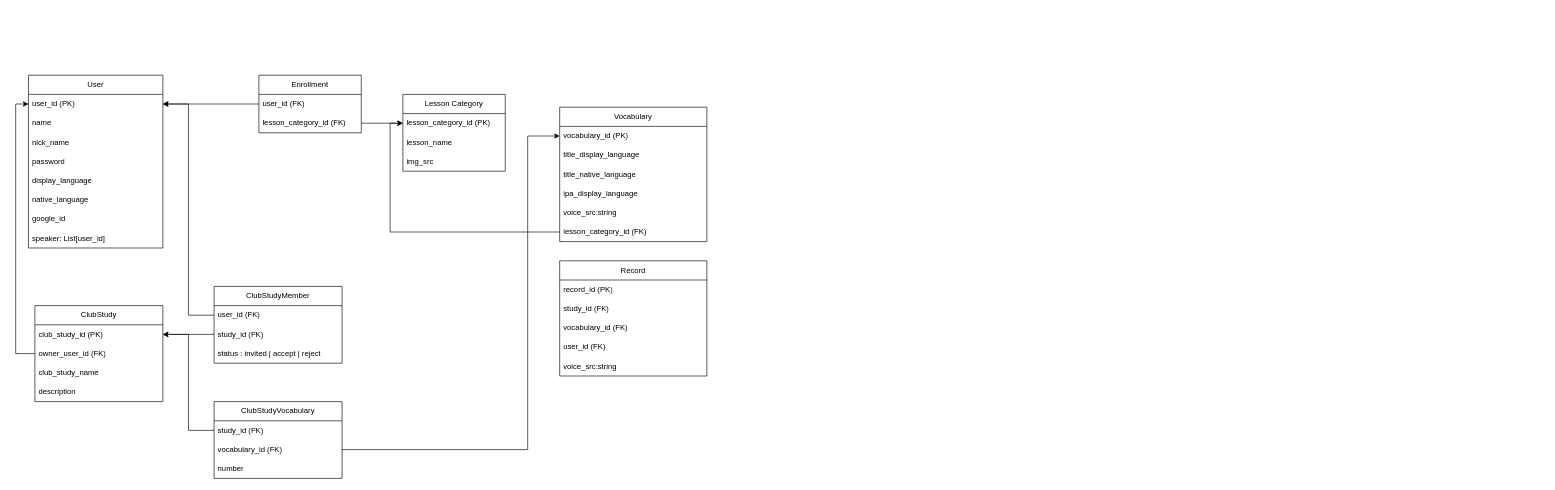
Above: docs/db-scheme.dio in dudaji-vn/my-english-accent-webapp (draw.io), before the change. Source tidied: cells renumbered, new cells numbered last; positions are measured from the earlier drawing's top-left corner, leaving out a move shared by most shapes. Both pictures are drawn from the tidied source at 64%, with x=0, y=0 at pixel (28, 75).
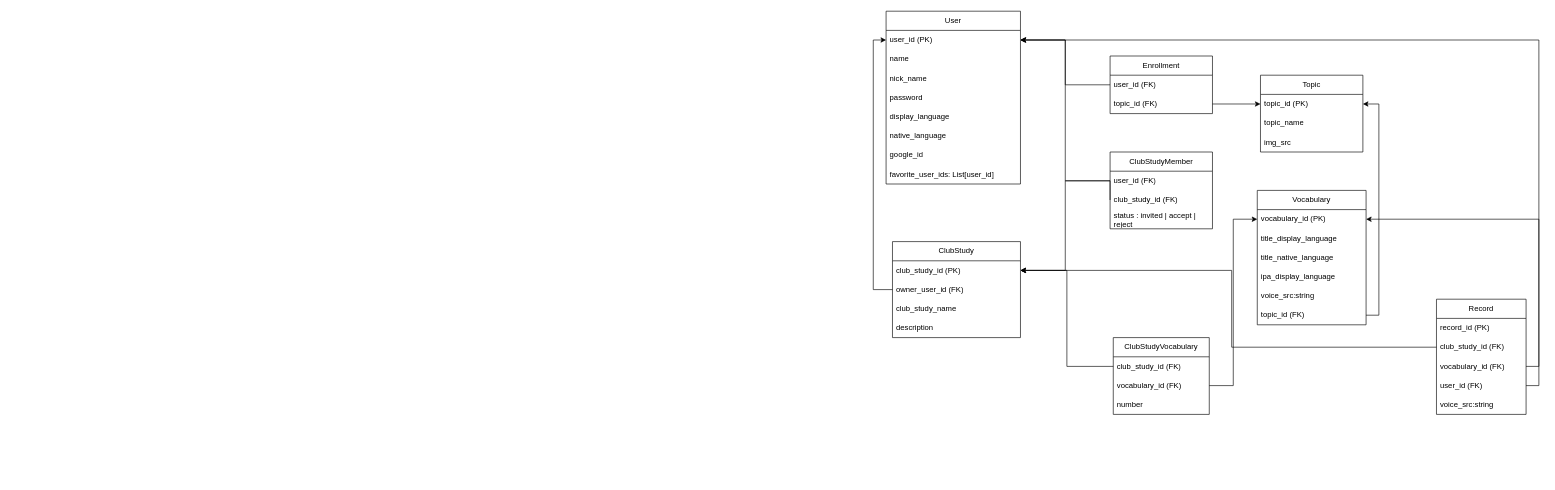
After the change.

Commit message:
Adjust table name, field name of db-scheme

Unchanged cells that the change refers to:
```xml
<mxCell id="3" value="user_id (PK)" style="text;strokeColor=none;fillColor=none;align=left;verticalAlign=middle;spacingLeft=4;spacingRight=4;overflow=hidden;points=[[0,0.5],[1,0.5]];portConstraint=eastwest;whiteSpace=wrap;html=1;fontStyle=0;" parent="2" vertex="1">
  <mxGeometry y="30" width="210" height="30" as="geometry" />
</mxCell>
<mxCell id="26" value="club_study_id&amp;nbsp;(PK)" style="text;strokeColor=none;fillColor=none;align=left;verticalAlign=middle;spacingLeft=4;spacingRight=4;overflow=hidden;points=[[0,0.5],[1,0.5]];portConstraint=eastwest;whiteSpace=wrap;html=1;" parent="25" vertex="1">
  <mxGeometry y="30" width="200" height="30" as="geometry" />
</mxCell>
```

What changed in the source:
```diff
@@
     <mxCell id="2" value="User&lt;br&gt;" style="swimlane;fontStyle=0;horizontal=1;startSize=30;whiteSpace=wrap;html=1;" parent="1" vertex="1">
-      <mxGeometry width="210" height="270" as="geometry" />
+      <mxGeometry x="1340" y="-100" width="210" height="270" as="geometry" />
     </mxCell>
@@
-    <mxCell id="10" value="speaker: List[user_id]" style="text;strokeColor=none;fillColor=none;align=left;verticalAlign=middle;spacingLeft=4;spacingRight=4;overflow=hidden;whiteSpace=wrap;html=1;" parent="2" vertex="1">
-      <mxGeometry y="240" width="210" height="30" as="geometry" />
-    </mxCell>
-    <mxCell id="11" value="Lesson Category" style="swimlane;fontStyle=0;horizontal=1;startSize=30;whiteSpace=wrap;html=1;" parent="1" vertex="1">
-      <mxGeometry x="585" y="30" width="160" height="120" as="geometry" />
-    </mxCell>
-    <mxCell id="12" value="lesson_category_id (PK)" style="text;strokeColor=none;fillColor=none;align=left;verticalAlign=middle;spacingLeft=4;spacingRight=4;overflow=hidden;points=[[0,0.5],[1,0.5]];portConstraint=eastwest;whiteSpace=wrap;html=1;" parent="11" vertex="1">
-      <mxGeometry y="30" width="160" height="30" as="geometry" />
-    </mxCell>
-    <mxCell id="13" value="lesson_name" style="text;strokeColor=none;fillColor=none;align=left;verticalAlign=middle;spacingLeft=4;spacingRight=4;overflow=hidden;whiteSpace=wrap;html=1;" parent="11" vertex="1">
-      <mxGeometry y="60" width="160" height="30" as="geometry" />
-    </mxCell>
+    <mxCell id="52" value="favorite_user_ids: List[user_id]" style="text;strokeColor=none;fillColor=none;align=left;verticalAlign=middle;spacingLeft=4;spacingRight=4;overflow=hidden;whiteSpace=wrap;html=1;" parent="2" vertex="1">
+      <mxGeometry y="240" width="210" height="30" as="geometry" />
+    </mxCell>
+    <mxCell id="53" value="Topic" style="swimlane;fontStyle=0;horizontal=1;startSize=30;whiteSpace=wrap;html=1;" parent="1" vertex="1">
+      <mxGeometry x="1925" width="160" height="120" as="geometry" />
+    </mxCell>
+    <mxCell id="54" value="topic_id (PK)" style="text;strokeColor=none;fillColor=none;align=left;verticalAlign=middle;spacingLeft=4;spacingRight=4;overflow=hidden;points=[[0,0.5],[1,0.5]];portConstraint=eastwest;whiteSpace=wrap;html=1;" parent="53" vertex="1">
+      <mxGeometry y="30" width="160" height="30" as="geometry" />
+    </mxCell>
+    <mxCell id="55" value="topic_name" style="text;strokeColor=none;fillColor=none;align=left;verticalAlign=middle;spacingLeft=4;spacingRight=4;overflow=hidden;whiteSpace=wrap;html=1;" parent="53" vertex="1">
+      <mxGeometry y="60" width="160" height="30" as="geometry" />
+    </mxCell>
-    <mxCell id="14" value="img_src" style="text;strokeColor=none;fillColor=none;align=left;verticalAlign=middle;spacingLeft=4;spacingRight=4;overflow=hidden;whiteSpace=wrap;html=1;" parent="11" vertex="1">
+    <mxCell id="14" value="img_src" style="text;strokeColor=none;fillColor=none;align=left;verticalAlign=middle;spacingLeft=4;spacingRight=4;overflow=hidden;whiteSpace=wrap;html=1;" parent="53" vertex="1">
       <mxGeometry y="90" width="160" height="30" as="geometry" />
     </mxCell>
     <mxCell id="15" value="Vocabulary" style="swimlane;fontStyle=0;horizontal=1;startSize=30;whiteSpace=wrap;html=1;" parent="1" vertex="1">
-      <mxGeometry x="830" y="50" width="230" height="210" as="geometry" />
+      <mxGeometry x="1920" y="180" width="170" height="210" as="geometry" />
     </mxCell>
     <mxCell id="16" value="vocabulary_id&amp;nbsp;(PK)" style="text;strokeColor=none;fillColor=none;align=left;verticalAlign=middle;spacingLeft=4;spacingRight=4;overflow=hidden;points=[[0,0.5],[1,0.5]];portConstraint=eastwest;whiteSpace=wrap;html=1;" parent="15" vertex="1">
-      <mxGeometry y="30" width="230" height="30" as="geometry" />
+      <mxGeometry y="30" width="170" height="30" as="geometry" />
     </mxCell>
     <mxCell id="17" value="title_display_language" style="text;strokeColor=none;fillColor=none;align=left;verticalAlign=middle;spacingLeft=4;spacingRight=4;overflow=hidden;whiteSpace=wrap;html=1;" parent="15" vertex="1">
-      <mxGeometry y="60" width="230" height="30" as="geometry" />
+      <mxGeometry y="60" width="170" height="30" as="geometry" />
     </mxCell>
     <mxCell id="18" value="title_native_language" style="text;strokeColor=none;fillColor=none;align=left;verticalAlign=middle;spacingLeft=4;spacingRight=4;overflow=hidden;whiteSpace=wrap;html=1;" parent="15" vertex="1">
-      <mxGeometry y="90" width="230" height="30" as="geometry" />
+      <mxGeometry y="90" width="170" height="30" as="geometry" />
     </mxCell>
     <mxCell id="19" value="ipa_display_language" style="text;strokeColor=none;fillColor=none;align=left;verticalAlign=middle;spacingLeft=4;spacingRight=4;overflow=hidden;whiteSpace=wrap;html=1;" parent="15" vertex="1">
-      <mxGeometry y="120" width="230" height="30" as="geometry" />
+      <mxGeometry y="120" width="170" height="30" as="geometry" />
     </mxCell>
-    <mxCell id="20" value="voice_src:string" style="text;strokeColor=none;fillColor=none;align=left;verticalAlign=middle;spacingLeft=4;spacingRight=4;overflow=hidden;whiteSpace=wrap;html=1;" parent="15" vertex="1">
-      <mxGeometry y="150" width="230" height="30" as="geometry" />
-    </mxCell>
-    <mxCell id="21" value="lesson_category_id (FK)" style="text;strokeColor=none;fillColor=none;align=left;verticalAlign=middle;spacingLeft=4;spacingRight=4;overflow=hidden;points=[[0,0.5],[1,0.5]];portConstraint=eastwest;whiteSpace=wrap;html=1;" parent="15" vertex="1">
-      <mxGeometry y="180" width="230" height="30" as="geometry" />
-    </mxCell>
+    <mxCell id="56" value="voice_src:string" style="text;strokeColor=none;fillColor=none;align=left;verticalAlign=middle;spacingLeft=4;spacingRight=4;overflow=hidden;whiteSpace=wrap;html=1;" parent="15" vertex="1">
+      <mxGeometry y="150" width="170" height="30" as="geometry" />
+    </mxCell>
+    <mxCell id="57" value="topic_id (FK)" style="text;strokeColor=none;fillColor=none;align=left;verticalAlign=middle;spacingLeft=4;spacingRight=4;overflow=hidden;points=[[0,0.5],[1,0.5]];portConstraint=eastwest;whiteSpace=wrap;html=1;" parent="15" vertex="1">
+      <mxGeometry y="180" width="170" height="30" as="geometry" />
+    </mxCell>
     <mxCell id="22" value="Enrollment" style="swimlane;fontStyle=0;horizontal=1;startSize=30;whiteSpace=wrap;html=1;" parent="1" vertex="1">
-      <mxGeometry x="360" width="160" height="90" as="geometry" />
+      <mxGeometry x="1690" y="-30" width="160" height="90" as="geometry" />
     </mxCell>
-    <mxCell id="23" value="user_id (FK)" style="text;strokeColor=none;fillColor=none;align=left;verticalAlign=middle;spacingLeft=4;spacingRight=4;overflow=hidden;points=[[0,0.5],[1,0.5]];portConstraint=eastwest;whiteSpace=wrap;html=1;" parent="22" vertex="1">
-      <mxGeometry y="30" width="160" height="30" as="geometry" />
-    </mxCell>
-    <mxCell id="24" value="lesson_category_id (FK)" style="text;strokeColor=none;fillColor=none;align=left;verticalAlign=middle;spacingLeft=4;spacingRight=4;overflow=hidden;points=[[0,0.5],[1,0.5]];portConstraint=eastwest;whiteSpace=wrap;html=1;" parent="22" vertex="1">
-      <mxGeometry y="60" width="160" height="30" as="geometry" />
-    </mxCell>
+    <mxCell id="58" value="user_id (FK)" style="text;strokeColor=none;fillColor=none;align=left;verticalAlign=middle;spacingLeft=4;spacingRight=4;overflow=hidden;points=[[0,0.5],[1,0.5]];portConstraint=eastwest;whiteSpace=wrap;html=1;" parent="22" vertex="1">
+      <mxGeometry y="30" width="160" height="30" as="geometry" />
+    </mxCell>
+    <mxCell id="59" value="topic_id&amp;nbsp;(FK)" style="text;strokeColor=none;fillColor=none;align=left;verticalAlign=middle;spacingLeft=4;spacingRight=4;overflow=hidden;points=[[0,0.5],[1,0.5]];portConstraint=eastwest;whiteSpace=wrap;html=1;" parent="22" vertex="1">
+      <mxGeometry y="60" width="160" height="30" as="geometry" />
+    </mxCell>
     <mxCell id="25" value="ClubStudy" style="swimlane;fontStyle=0;horizontal=1;startSize=30;whiteSpace=wrap;html=1;" parent="1" vertex="1">
-      <mxGeometry x="10" y="360" width="200" height="150" as="geometry" />
+      <mxGeometry x="1350" y="260" width="200" height="150" as="geometry" />
     </mxCell>
@@
     <mxCell id="31" value="ClubStudyMember" style="swimlane;fontStyle=0;horizontal=1;startSize=30;whiteSpace=wrap;html=1;" parent="1" vertex="1">
-      <mxGeometry x="290" y="330" width="200" height="120" as="geometry" />
+      <mxGeometry x="1690" y="120" width="160" height="120" as="geometry" />
     </mxCell>
-    <mxCell id="32" value="user_id (FK)" style="text;strokeColor=none;fillColor=none;align=left;verticalAlign=middle;spacingLeft=4;spacingRight=4;overflow=hidden;points=[[0,0.5],[1,0.5]];portConstraint=eastwest;whiteSpace=wrap;html=1;" parent="31" vertex="1">
-      <mxGeometry y="30" width="200" height="30" as="geometry" />
-    </mxCell>
-    <mxCell id="33" value="study_id (FK)" style="text;strokeColor=none;fillColor=none;align=left;verticalAlign=middle;spacingLeft=4;spacingRight=4;overflow=hidden;points=[[0,0.5],[1,0.5]];portConstraint=eastwest;whiteSpace=wrap;html=1;" parent="31" vertex="1">
-      <mxGeometry y="60" width="200" height="30" as="geometry" />
-    </mxCell>
+    <mxCell id="60" value="user_id (FK)" style="text;strokeColor=none;fillColor=none;align=left;verticalAlign=middle;spacingLeft=4;spacingRight=4;overflow=hidden;points=[[0,0.5],[1,0.5]];portConstraint=eastwest;whiteSpace=wrap;html=1;" parent="31" vertex="1">
+      <mxGeometry y="30" width="160" height="30" as="geometry" />
+    </mxCell>
+    <mxCell id="61" value="club_study_id (FK)" style="text;strokeColor=none;fillColor=none;align=left;verticalAlign=middle;spacingLeft=4;spacingRight=4;overflow=hidden;points=[[0,0.5],[1,0.5]];portConstraint=eastwest;whiteSpace=wrap;html=1;" parent="31" vertex="1">
+      <mxGeometry y="60" width="160" height="30" as="geometry" />
+    </mxCell>
     <mxCell id="34" value="status : invited | accept | reject" style="text;strokeColor=none;fillColor=none;align=left;verticalAlign=middle;spacingLeft=4;spacingRight=4;overflow=hidden;whiteSpace=wrap;html=1;" parent="31" vertex="1">
-      <mxGeometry y="90" width="200" height="30" as="geometry" />
+      <mxGeometry y="90" width="160" height="30" as="geometry" />
     </mxCell>
     <mxCell id="35" value="ClubStudyVocabulary" style="swimlane;fontStyle=0;horizontal=1;startSize=30;whiteSpace=wrap;html=1;" parent="1" vertex="1">
-      <mxGeometry x="290" y="510" width="200" height="120" as="geometry" />
+      <mxGeometry x="1695" y="410" width="150" height="120" as="geometry" />
     </mxCell>
-    <mxCell id="36" value="study_id (FK)" style="text;strokeColor=none;fillColor=none;align=left;verticalAlign=middle;spacingLeft=4;spacingRight=4;overflow=hidden;points=[[0,0.5],[1,0.5]];portConstraint=eastwest;whiteSpace=wrap;html=1;" parent="35" vertex="1">
-      <mxGeometry y="30" width="200" height="30" as="geometry" />
-    </mxCell>
+    <mxCell id="62" value="club_study_id (FK)" style="text;strokeColor=none;fillColor=none;align=left;verticalAlign=middle;spacingLeft=4;spacingRight=4;overflow=hidden;points=[[0,0.5],[1,0.5]];portConstraint=eastwest;whiteSpace=wrap;html=1;" parent="35" vertex="1">
+      <mxGeometry y="30" width="150" height="30" as="geometry" />
+    </mxCell>
     <mxCell id="37" value="vocabulary_id (FK)" style="text;strokeColor=none;fillColor=none;align=left;verticalAlign=middle;spacingLeft=4;spacingRight=4;overflow=hidden;points=[[0,0.5],[1,0.5]];portConstraint=eastwest;whiteSpace=wrap;html=1;" parent="35" vertex="1">
-      <mxGeometry y="60" width="200" height="30" as="geometry" />
+      <mxGeometry y="60" width="150" height="30" as="geometry" />
     </mxCell>
     <mxCell id="38" value="number" style="text;strokeColor=none;fillColor=none;align=left;verticalAlign=middle;spacingLeft=4;spacingRight=4;overflow=hidden;whiteSpace=wrap;html=1;" parent="35" vertex="1">
-      <mxGeometry y="90" width="200" height="30" as="geometry" />
+      <mxGeometry y="90" width="150" height="30" as="geometry" />
     </mxCell>
-    <mxCell id="39" style="edgeStyle=orthogonalEdgeStyle;rounded=0;jettySize=auto;html=1;exitX=0;exitY=0.5;exitDx=0;exitDy=0;" parent="1" edge="1" source="33" target="26">
-      <mxGeometry relative="1" as="geometry" />
-    </mxCell>
-    <mxCell id="40" style="edgeStyle=orthogonalEdgeStyle;rounded=0;jettySize=auto;html=1;exitX=1;exitY=0.5;exitDx=0;exitDy=0;" parent="1" edge="1" source="24" target="12">
-      <mxGeometry relative="1" as="geometry" />
-    </mxCell>
-    <mxCell id="41" style="edgeStyle=orthogonalEdgeStyle;rounded=0;jettySize=auto;html=1;exitX=0;exitY=0.5;exitDx=0;exitDy=0;" parent="1" edge="1" source="23" target="3">
-      <mxGeometry relative="1" as="geometry" />
-    </mxCell>
-    <mxCell id="42" style="edgeStyle=orthogonalEdgeStyle;rounded=0;jettySize=auto;html=1;exitX=0;exitY=0.5;exitDx=0;exitDy=0;" parent="1" edge="1" source="32" target="3">
-      <mxGeometry relative="1" as="geometry" />
-    </mxCell>
-    <mxCell id="43" style="edgeStyle=orthogonalEdgeStyle;rounded=0;jettySize=auto;html=1;exitX=0;exitY=0.5;exitDx=0;exitDy=0;" parent="1" edge="1" source="36" target="26">
-      <mxGeometry relative="1" as="geometry" />
-    </mxCell>
-    <mxCell id="44" style="edgeStyle=orthogonalEdgeStyle;shape=connector;rounded=0;jettySize=auto;html=1;exitX=0;exitY=0.5;exitDx=0;exitDy=0;entryX=0;entryY=0.5;entryDx=0;entryDy=0;labelBackgroundColor=default;strokeColor=default;align=center;verticalAlign=middle;fontFamily=Helvetica;fontSize=11;fontColor=default;endArrow=classic;" parent="1" edge="1" source="21" target="12">
-      <mxGeometry relative="1" as="geometry" />
-    </mxCell>
-    <mxCell id="45" style="edgeStyle=orthogonalEdgeStyle;shape=connector;rounded=0;jettySize=auto;html=1;exitX=1;exitY=0.5;exitDx=0;exitDy=0;entryX=0;entryY=0.5;entryDx=0;entryDy=0;labelBackgroundColor=default;strokeColor=default;align=center;verticalAlign=middle;fontFamily=Helvetica;fontSize=11;fontColor=default;endArrow=classic;" parent="1" edge="1" source="37" target="16">
-      <mxGeometry relative="1" as="geometry">
-        <Array as="points">
-          <mxPoint x="780" y="585" />
-          <mxPoint x="780" y="95" />
-        </Array>
-      </mxGeometry>
-    </mxCell>
+    <mxCell id="63" style="edgeStyle=orthogonalEdgeStyle;rounded=0;jettySize=auto;html=1;exitX=0;exitY=0.5;exitDx=0;exitDy=0;" parent="1" edge="1" source="61" target="26">
+      <mxGeometry relative="1" as="geometry">
+        <Array as="points">
+          <mxPoint x="1620" y="165" />
+          <mxPoint x="1620" y="305" />
+        </Array>
+      </mxGeometry>
+    </mxCell>
+    <mxCell id="64" style="edgeStyle=orthogonalEdgeStyle;rounded=0;jettySize=auto;html=1;exitX=1;exitY=0.5;exitDx=0;exitDy=0;" parent="1" edge="1" source="59" target="54">
+      <mxGeometry relative="1" as="geometry" />
+    </mxCell>
+    <mxCell id="65" style="edgeStyle=orthogonalEdgeStyle;rounded=0;jettySize=auto;html=1;exitX=0;exitY=0.5;exitDx=0;exitDy=0;" parent="1" edge="1" source="58" target="3">
+      <mxGeometry relative="1" as="geometry" />
+    </mxCell>
+    <mxCell id="66" style="edgeStyle=orthogonalEdgeStyle;rounded=0;jettySize=auto;html=1;exitX=0;exitY=0.5;exitDx=0;exitDy=0;" parent="1" edge="1" source="60" target="3">
+      <mxGeometry relative="1" as="geometry" />
+    </mxCell>
+    <mxCell id="67" style="edgeStyle=orthogonalEdgeStyle;rounded=0;jettySize=auto;html=1;exitX=0;exitY=0.5;exitDx=0;exitDy=0;" parent="1" edge="1" source="62" target="26">
+      <mxGeometry relative="1" as="geometry" />
+    </mxCell>
     <mxCell id="46" value="Record" style="swimlane;fontStyle=0;horizontal=1;startSize=30;whiteSpace=wrap;html=1;" parent="1" vertex="1">
-      <mxGeometry x="830" y="290" width="230" height="180" as="geometry" />
+      <mxGeometry x="2200" y="350" width="140" height="180" as="geometry" />
     </mxCell>
     <mxCell id="47" value="record_id (PK)" style="text;strokeColor=none;fillColor=none;align=left;verticalAlign=middle;spacingLeft=4;spacingRight=4;overflow=hidden;whiteSpace=wrap;html=1;" parent="46" vertex="1">
-      <mxGeometry y="30" width="230" height="30" as="geometry" />
+      <mxGeometry y="30" width="140" height="30" as="geometry" />
     </mxCell>
-    <mxCell id="48" value="study_id (FK)" style="text;strokeColor=none;fillColor=none;align=left;verticalAlign=middle;spacingLeft=4;spacingRight=4;overflow=hidden;whiteSpace=wrap;html=1;" parent="46" vertex="1">
-      <mxGeometry y="60" width="230" height="30" as="geometry" />
-    </mxCell>
+    <mxCell id="68" value="club_study_id (FK)" style="text;strokeColor=none;fillColor=none;align=left;verticalAlign=middle;spacingLeft=4;spacingRight=4;overflow=hidden;points=[[0,0.5],[1,0.5]];portConstraint=eastwest;whiteSpace=wrap;html=1;" parent="46" vertex="1">
+      <mxGeometry y="60" width="140" height="30" as="geometry" />
+    </mxCell>
     <mxCell id="49" value="vocabulary_id&amp;nbsp;(FK)" style="text;strokeColor=none;fillColor=none;align=left;verticalAlign=middle;spacingLeft=4;spacingRight=4;overflow=hidden;points=[[0,0.5],[1,0.5]];portConstraint=eastwest;whiteSpace=wrap;html=1;" parent="46" vertex="1">
-      <mxGeometry y="90" width="230" height="30" as="geometry" />
+      <mxGeometry y="90" width="140" height="30" as="geometry" />
     </mxCell>
-    <mxCell id="50" value="user_id (FK)" style="text;strokeColor=none;fillColor=none;align=left;verticalAlign=middle;spacingLeft=4;spacingRight=4;overflow=hidden;whiteSpace=wrap;html=1;" parent="46" vertex="1">
-      <mxGeometry y="120" width="230" height="30" as="geometry" />
-    </mxCell>
-    <mxCell id="51" value="voice_src:string" style="text;strokeColor=none;fillColor=none;align=left;verticalAlign=middle;spacingLeft=4;spacingRight=4;overflow=hidden;whiteSpace=wrap;html=1;" parent="46" vertex="1">
-      <mxGeometry y="150" width="230" height="30" as="geometry" />
-    </mxCell>
+    <mxCell id="69" value="user_id (FK)" style="text;strokeColor=none;fillColor=none;align=left;verticalAlign=middle;spacingLeft=4;spacingRight=4;overflow=hidden;points=[[0,0.5],[1,0.5]];portConstraint=eastwest;whiteSpace=wrap;html=1;" parent="46" vertex="1">
+      <mxGeometry y="120" width="140" height="30" as="geometry" />
+    </mxCell>
+    <mxCell id="70" value="voice_src:string" style="text;strokeColor=none;fillColor=none;align=left;verticalAlign=middle;spacingLeft=4;spacingRight=4;overflow=hidden;whiteSpace=wrap;html=1;" parent="46" vertex="1">
+      <mxGeometry y="150" width="140" height="30" as="geometry" />
+    </mxCell>
+    <mxCell id="71" style="edgeStyle=orthogonalEdgeStyle;shape=connector;rounded=0;jettySize=auto;html=1;exitX=1;exitY=0.5;exitDx=0;exitDy=0;labelBackgroundColor=default;strokeColor=default;align=center;verticalAlign=middle;fontFamily=Helvetica;fontSize=11;fontColor=default;endArrow=classic;" parent="1" edge="1" source="49" target="16">
+      <mxGeometry relative="1" as="geometry" />
+    </mxCell>
+    <mxCell id="72" style="edgeStyle=orthogonalEdgeStyle;shape=connector;rounded=0;jettySize=auto;html=1;exitX=1;exitY=0.5;exitDx=0;exitDy=0;entryX=1;entryY=0.5;entryDx=0;entryDy=0;labelBackgroundColor=default;strokeColor=default;align=center;verticalAlign=middle;fontFamily=Helvetica;fontSize=11;fontColor=default;endArrow=classic;" parent="1" edge="1" source="69" target="3">
+      <mxGeometry relative="1" as="geometry" />
+    </mxCell>
+    <mxCell id="73" style="edgeStyle=orthogonalEdgeStyle;shape=connector;rounded=0;jettySize=auto;html=1;exitX=1;exitY=0.5;exitDx=0;exitDy=0;entryX=1;entryY=0.5;entryDx=0;entryDy=0;labelBackgroundColor=default;strokeColor=default;align=center;verticalAlign=middle;fontFamily=Helvetica;fontSize=11;fontColor=default;endArrow=classic;" parent="1" edge="1" source="57" target="54">
+      <mxGeometry relative="1" as="geometry" />
+    </mxCell>
+    <mxCell id="45" style="edgeStyle=orthogonalEdgeStyle;shape=connector;rounded=0;jettySize=auto;html=1;exitX=1;exitY=0.5;exitDx=0;exitDy=0;labelBackgroundColor=default;strokeColor=default;align=center;verticalAlign=middle;fontFamily=Helvetica;fontSize=11;fontColor=default;endArrow=classic;" parent="1" edge="1" source="37" target="16">
+      <mxGeometry relative="1" as="geometry" />
+    </mxCell>
+    <mxCell id="74" style="edgeStyle=orthogonalEdgeStyle;shape=connector;rounded=0;jettySize=auto;html=1;exitX=0;exitY=0.5;exitDx=0;exitDy=0;labelBackgroundColor=default;strokeColor=default;align=center;verticalAlign=middle;fontFamily=Helvetica;fontSize=11;fontColor=default;endArrow=classic;" parent="1" edge="1" source="68" target="26">
+      <mxGeometry relative="1" as="geometry">
+        <Array as="points">
+          <mxPoint x="1880" y="425" />
+          <mxPoint x="1880" y="305" />
+        </Array>
+      </mxGeometry>
+    </mxCell>
```
